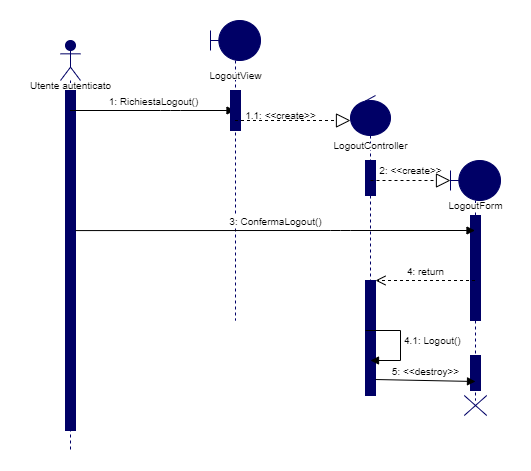
The draw.io diagram Documenti/RAD/Sequence Diagram/Logout/Logout SD.png in Givaa/MedQueue, before a commit. Source tidied: cells renumbered, new cells last; positions are measured from the earlier drawing's top-left corner, leaving out a move shared by most shapes.
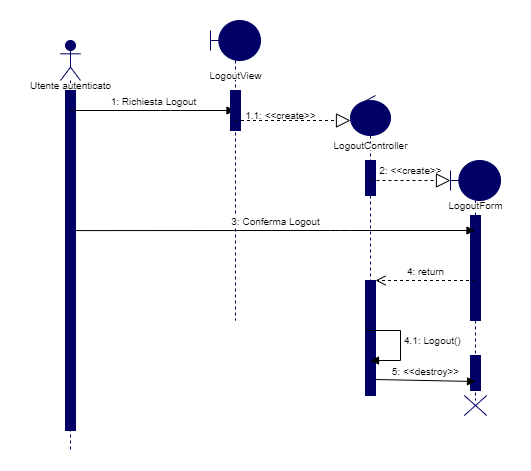
The same file after the commit.

What changed in the source:
```diff
@@ -11,7 +11,7 @@
     <mxCell id="4" value="&lt;span style=&quot;background-color: rgb(255 , 255 , 255)&quot;&gt;&lt;font style=&quot;font-size: 10px&quot;&gt;Utente autenticato&lt;/font&gt;&lt;/span&gt;" style="text;html=1;align=center;verticalAlign=middle;fontSize=7;strokeWidth=1;" parent="1" vertex="1">
       <mxGeometry y="60" width="100" height="10" as="geometry" />
     </mxCell>
-    <mxCell id="5" value="&lt;font style=&quot;font-size: 10px&quot;&gt;1: RichiestaLogout()&lt;/font&gt;" style="html=1;verticalAlign=bottom;endArrow=block;fontSize=7;strokeWidth=1;" parent="1" edge="1" source="2" target="6">
+    <mxCell id="5" value="&lt;font style=&quot;font-size: 10px&quot;&gt;1: Richiesta Logout&lt;/font&gt;" style="html=1;verticalAlign=bottom;endArrow=block;fontSize=7;strokeWidth=1;" parent="1" edge="1" source="2" target="6">
       <mxGeometry relative="1" as="geometry">
         <Array as="points">
           <mxPoint x="150" y="90" />
@@ -65,7 +65,7 @@
     <mxCell id="19" value="&lt;span style=&quot;background-color: rgb(255 , 255 , 255)&quot;&gt;&lt;font style=&quot;font-size: 10px&quot;&gt;LogoutForm&lt;/font&gt;&lt;/span&gt;" style="text;html=1;align=center;verticalAlign=middle;fontSize=7;strokeWidth=1;" parent="1" vertex="1">
       <mxGeometry x="420" y="180" width="70" height="10" as="geometry" />
     </mxCell>
-    <mxCell id="20" value="&lt;font style=&quot;font-size: 10px&quot;&gt;3: ConfermaLogout()&lt;/font&gt;" style="html=1;verticalAlign=bottom;endArrow=block;fontSize=7;exitX=1;exitY=0.412;exitDx=0;exitDy=0;exitPerimeter=0;strokeWidth=1;" parent="1" edge="1" source="3" target="16">
+    <mxCell id="20" value="&lt;font style=&quot;font-size: 10px&quot;&gt;3: Conferma Logout&lt;/font&gt;" style="html=1;verticalAlign=bottom;endArrow=block;fontSize=7;exitX=1;exitY=0.412;exitDx=0;exitDy=0;exitPerimeter=0;strokeWidth=1;" parent="1" edge="1" source="3" target="16">
       <mxGeometry relative="1" as="geometry">
         <Array as="points">
           <mxPoint x="320" y="210" />
```
